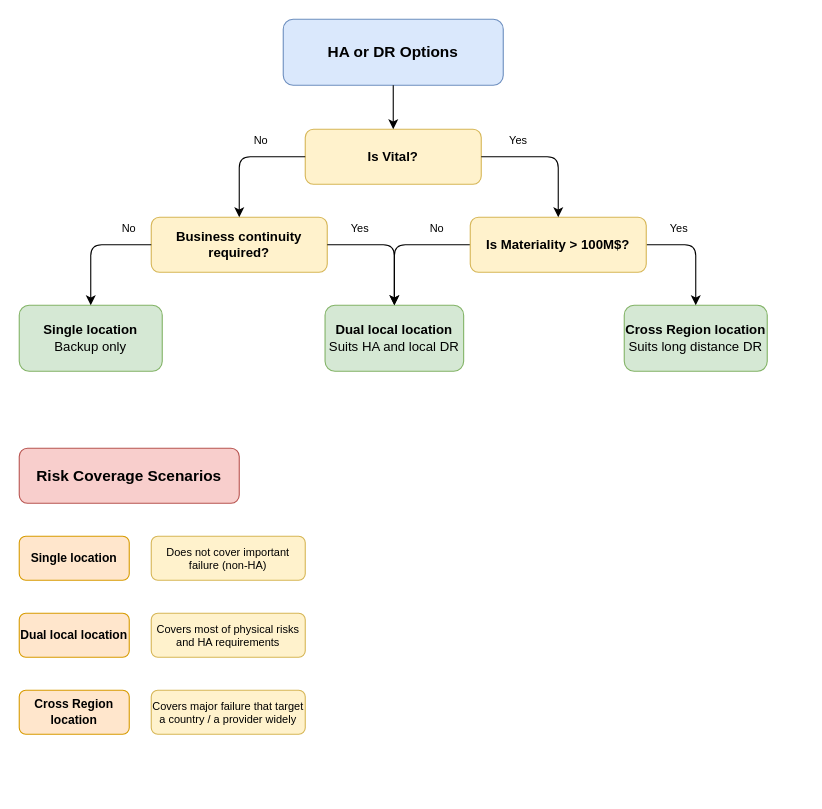
Earlier version of the draw.io diagram page "HA-DR" (2 of 3) of DR-DecisionTree.drawio (anthonygea/mycv). Source tidied: cells renumbered, new cells numbered last; positions are measured from the earlier drawing's top-left corner, leaving out a move shared by most shapes. Both pictures are drawn from the tidied source at 110%, with x=0, y=0 at pixel (19, 19).
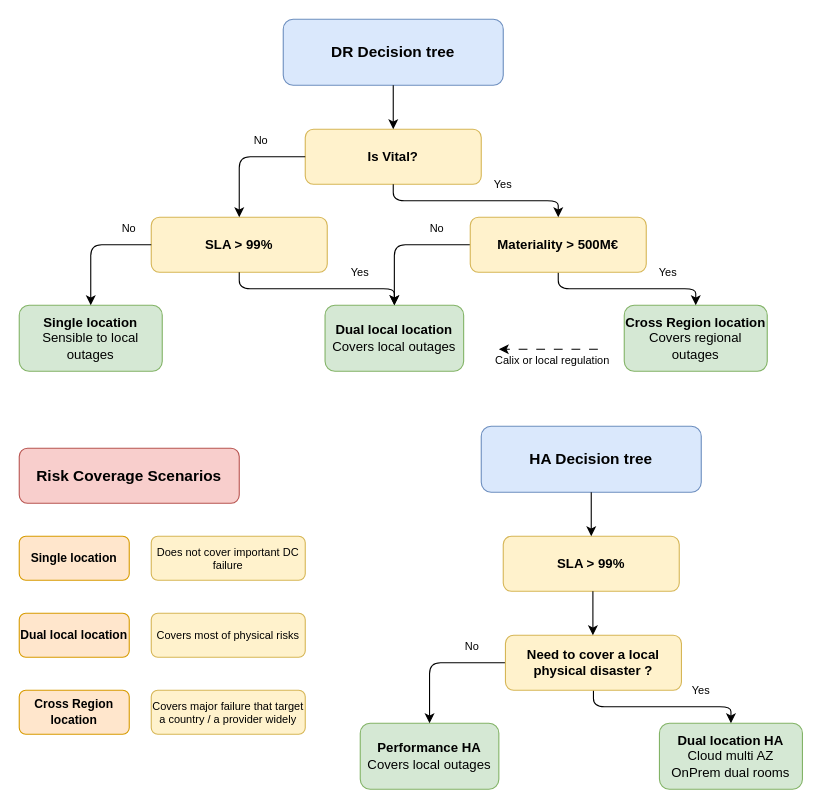
The same page after the edit.

Commit message:
Mettre à jour DR-DecisionTree.drawio

Unchanged cells that the change refers to:
```xml
<mxCell id="3" value="Is Vital?" style="rounded=1;whiteSpace=wrap;html=1;fillColor=#fff2cc;strokeColor=#d6b656;fontSize=12;fontStyle=1;" parent="1" vertex="1">
  <mxGeometry x="260" y="100" width="160" height="50" as="geometry" />
</mxCell>
```

Change to the diagram source:
```diff
@@
-    <mxCell id="2" value="HA or DR Options" style="rounded=1;whiteSpace=wrap;html=1;fillColor=#dae8fc;strokeColor=#6c8ebf;fontSize=14;fontStyle=1;" parent="1" vertex="1">
+    <mxCell id="2" value="DR Decision tree" style="rounded=1;whiteSpace=wrap;html=1;fillColor=#dae8fc;strokeColor=#6c8ebf;fontSize=14;fontStyle=1;" parent="1" vertex="1">
       <mxGeometry x="240" width="200" height="60" as="geometry" />
     </mxCell>
@@
-    <mxCell id="4" value="Business continuity required?" style="rounded=1;whiteSpace=wrap;html=1;fillColor=#fff2cc;strokeColor=#d6b656;fontSize=12;fontStyle=1;" parent="1" vertex="1">
+    <mxCell id="4" value="SLA &amp;gt; 99%" style="rounded=1;whiteSpace=wrap;html=1;fillColor=#fff2cc;strokeColor=#d6b656;fontSize=12;fontStyle=1;" parent="1" vertex="1">
       <mxGeometry x="120" y="180" width="160" height="50" as="geometry" />
     </mxCell>
-    <mxCell id="5" value="Dual local location&lt;div&gt;&lt;span style=&quot;font-weight: normal;&quot;&gt;Suits HA and local DR&lt;/span&gt;&lt;/div&gt;" style="rounded=1;whiteSpace=wrap;html=1;fillColor=#d5e8d4;strokeColor=#82b366;fontSize=12;fontStyle=1;" parent="1" vertex="1">
+    <mxCell id="5" value="Dual local location&lt;div&gt;&lt;span style=&quot;font-weight: normal;&quot;&gt;Covers local outages&lt;/span&gt;&lt;br&gt;&lt;/div&gt;" style="rounded=1;whiteSpace=wrap;html=1;fillColor=#d5e8d4;strokeColor=#82b366;fontSize=12;fontStyle=1;" parent="1" vertex="1">
       <mxGeometry x="278" y="260" width="126" height="60" as="geometry" />
     </mxCell>
-    <mxCell id="6" value="Cross Region location&lt;div&gt;&lt;span style=&quot;font-weight: normal;&quot;&gt;Suits long distance DR&lt;/span&gt;&lt;/div&gt;" style="rounded=1;whiteSpace=wrap;html=1;fillColor=#d5e8d4;strokeColor=#82b366;fontSize=12;fontStyle=1;" parent="1" vertex="1">
+    <mxCell id="6" value="Cross Region location&lt;div&gt;&lt;span style=&quot;font-weight: normal;&quot;&gt;Covers regional outages&lt;/span&gt;&lt;/div&gt;" style="rounded=1;whiteSpace=wrap;html=1;fillColor=#d5e8d4;strokeColor=#82b366;fontSize=12;fontStyle=1;" parent="1" vertex="1">
       <mxGeometry x="550" y="260" width="130" height="60" as="geometry" />
     </mxCell>
@@
-    <mxCell id="10" style="endArrow=classic;html=1;edgeStyle=orthogonalEdgeStyle;entryX=0.5;entryY=0;entryDx=0;entryDy=0;exitX=1;exitY=0.5;exitDx=0;exitDy=0;" parent="1" edge="1" source="17" target="6">
+    <mxCell id="10" style="endArrow=classic;html=1;edgeStyle=orthogonalEdgeStyle;entryX=0.5;entryY=0;entryDx=0;entryDy=0;exitX=0.5;exitY=1;exitDx=0;exitDy=0;" parent="1" edge="1" source="17" target="6">
       <mxGeometry relative="1" as="geometry" />
     </mxCell>
     <mxCell id="11" value="Yes" style="text;html=1;strokeColor=none;fillColor=none;align=center;verticalAlign=middle;whiteSpace=wrap;rounded=0;fontSize=10;" parent="1" vertex="1">
-      <mxGeometry x="404" y="100" width="100" height="20" as="geometry" />
+      <mxGeometry x="390" y="140" width="100" height="20" as="geometry" />
     </mxCell>
@@
     <mxCell id="13" value="Yes" style="text;html=1;strokeColor=none;fillColor=none;align=center;verticalAlign=middle;whiteSpace=wrap;rounded=0;fontSize=10;" parent="1" vertex="1">
-      <mxGeometry x="260" y="180" width="100" height="20" as="geometry" />
+      <mxGeometry x="260" y="220" width="100" height="20" as="geometry" />
     </mxCell>
@@
-    <mxCell id="15" value="Single location&lt;div&gt;&lt;span style=&quot;font-weight: normal;&quot;&gt;Backup only&lt;/span&gt;&lt;/div&gt;" style="rounded=1;whiteSpace=wrap;html=1;fillColor=#d5e8d4;strokeColor=#82b366;fontSize=12;fontStyle=1;" parent="1" vertex="1">
+    <mxCell id="15" value="Single location&lt;div&gt;&lt;span style=&quot;font-weight: 400;&quot;&gt;Sensible to local outages&lt;/span&gt;&lt;/div&gt;" style="rounded=1;whiteSpace=wrap;html=1;fillColor=#d5e8d4;strokeColor=#82b366;fontSize=12;fontStyle=1;" parent="1" vertex="1">
       <mxGeometry y="260" width="130" height="60" as="geometry" />
     </mxCell>
@@
-    <mxCell id="17" value="Is Materiality &amp;gt; 100M$?" style="rounded=1;whiteSpace=wrap;html=1;fillColor=#fff2cc;strokeColor=#d6b656;fontSize=12;fontStyle=1;" parent="1" vertex="1">
+    <mxCell id="17" value="Materiality &amp;gt; 500M€" style="rounded=1;whiteSpace=wrap;html=1;fillColor=#fff2cc;strokeColor=#d6b656;fontSize=12;fontStyle=1;" parent="1" vertex="1">
       <mxGeometry x="410" y="180" width="160" height="50" as="geometry" />
     </mxCell>
-    <mxCell id="18" style="endArrow=classic;html=1;edgeStyle=orthogonalEdgeStyle;exitX=1;exitY=0.5;exitDx=0;exitDy=0;entryX=0.5;entryY=0;entryDx=0;entryDy=0;" parent="1" edge="1" source="4" target="5">
+    <mxCell id="18" style="endArrow=classic;html=1;edgeStyle=orthogonalEdgeStyle;exitX=0.5;exitY=1;exitDx=0;exitDy=0;entryX=0.5;entryY=0;entryDx=0;entryDy=0;" parent="1" edge="1" source="4" target="5">
       <mxGeometry relative="1" as="geometry" />
     </mxCell>
     <mxCell id="19" value="Yes" style="text;html=1;strokeColor=none;fillColor=none;align=center;verticalAlign=middle;whiteSpace=wrap;rounded=0;fontSize=10;" parent="1" vertex="1">
-      <mxGeometry x="550" y="180" width="100" height="20" as="geometry" />
+      <mxGeometry x="540" y="220" width="100" height="20" as="geometry" />
     </mxCell>
-    <mxCell id="20" style="endArrow=classic;html=1;edgeStyle=orthogonalEdgeStyle;entryX=0.5;entryY=0;entryDx=0;entryDy=0;exitX=1;exitY=0.5;exitDx=0;exitDy=0;" parent="1" edge="1" source="3" target="17">
+    <mxCell id="20" style="endArrow=classic;html=1;edgeStyle=orthogonalEdgeStyle;entryX=0.5;entryY=0;entryDx=0;entryDy=0;exitX=0.5;exitY=1;exitDx=0;exitDy=0;" parent="1" edge="1" source="3" target="17">
       <mxGeometry relative="1" as="geometry" />
     </mxCell>
@@
-    <mxCell id="24" value="Does not cover important failure (non-HA)" style="rounded=1;whiteSpace=wrap;html=1;fillColor=#fff2cc;strokeColor=#d6b656;fontSize=10;" parent="1" vertex="1">
+    <mxCell id="24" value="Does not cover important DC failure" style="rounded=1;whiteSpace=wrap;html=1;fillColor=#fff2cc;strokeColor=#d6b656;fontSize=10;" parent="1" vertex="1">
       <mxGeometry x="120" y="470" width="140" height="40" as="geometry" />
     </mxCell>
@@
-    <mxCell id="26" value="Covers most of physical risks and HA requirements" style="rounded=1;whiteSpace=wrap;html=1;fillColor=#fff2cc;strokeColor=#d6b656;fontSize=10;" parent="1" vertex="1">
+    <mxCell id="26" value="Covers most of physical risks" style="rounded=1;whiteSpace=wrap;html=1;fillColor=#fff2cc;strokeColor=#d6b656;fontSize=10;" parent="1" vertex="1">
       <mxGeometry x="120" y="540" width="140" height="40" as="geometry" />
     </mxCell>
@@
+    <mxCell id="29" value="HA Decision tree" style="rounded=1;whiteSpace=wrap;html=1;fillColor=#dae8fc;strokeColor=#6c8ebf;fontSize=14;fontStyle=1;" parent="1" vertex="1">
+      <mxGeometry x="420" y="370" width="200" height="60" as="geometry" />
+    </mxCell>
+    <mxCell id="30" value="SLA &amp;gt; 99%" style="rounded=1;whiteSpace=wrap;html=1;fillColor=#fff2cc;strokeColor=#d6b656;fontSize=12;fontStyle=1;" parent="1" vertex="1">
+      <mxGeometry x="440" y="470" width="160" height="50" as="geometry" />
+    </mxCell>
+    <mxCell id="31" style="endArrow=classic;html=1;edgeStyle=orthogonalEdgeStyle;" parent="1" edge="1" source="29" target="30">
+      <mxGeometry relative="1" as="geometry" />
+    </mxCell>
+    <mxCell id="32" value="&lt;div&gt;Performance HA&lt;/div&gt;&lt;div&gt;&lt;span style=&quot;font-weight: normal;&quot;&gt;Covers local outages&lt;/span&gt;&lt;br&gt;&lt;/div&gt;" style="rounded=1;whiteSpace=wrap;html=1;fillColor=#d5e8d4;strokeColor=#82b366;fontSize=12;fontStyle=1;" parent="1" vertex="1">
+      <mxGeometry x="310" y="640" width="126" height="60" as="geometry" />
+    </mxCell>
+    <mxCell id="33" value="&lt;div&gt;Dual location HA&lt;/div&gt;&lt;div&gt;&lt;span style=&quot;font-weight: normal;&quot;&gt;Cloud multi AZ&lt;/span&gt;&lt;/div&gt;&lt;div&gt;&lt;span style=&quot;font-weight: normal;&quot;&gt;OnPrem dual rooms&lt;/span&gt;&lt;/div&gt;" style="rounded=1;whiteSpace=wrap;html=1;fillColor=#d5e8d4;strokeColor=#82b366;fontSize=12;fontStyle=1;" parent="1" vertex="1">
+      <mxGeometry x="582" y="640" width="130" height="60" as="geometry" />
+    </mxCell>
+    <mxCell id="34" style="endArrow=classic;html=1;edgeStyle=orthogonalEdgeStyle;entryX=0.5;entryY=0;entryDx=0;entryDy=0;exitX=0;exitY=0.5;exitDx=0;exitDy=0;" parent="1" edge="1" source="36" target="32">
+      <mxGeometry relative="1" as="geometry" />
+    </mxCell>
+    <mxCell id="35" style="endArrow=classic;html=1;edgeStyle=orthogonalEdgeStyle;entryX=0.5;entryY=0;entryDx=0;entryDy=0;exitX=0.5;exitY=1;exitDx=0;exitDy=0;" parent="1" edge="1" source="36" target="33">
+      <mxGeometry relative="1" as="geometry" />
+    </mxCell>
+    <mxCell id="36" value="Need to cover a local physical disaster ?" style="rounded=1;whiteSpace=wrap;html=1;fillColor=#fff2cc;strokeColor=#d6b656;fontSize=12;fontStyle=1;" parent="1" vertex="1">
+      <mxGeometry x="442" y="560" width="160" height="50" as="geometry" />
+    </mxCell>
+    <mxCell id="37" value="Yes" style="text;html=1;strokeColor=none;fillColor=none;align=center;verticalAlign=middle;whiteSpace=wrap;rounded=0;fontSize=10;" parent="1" vertex="1">
+      <mxGeometry x="570" y="600" width="100" height="20" as="geometry" />
+    </mxCell>
+    <mxCell id="38" value="No" style="text;html=1;strokeColor=none;fillColor=none;align=center;verticalAlign=middle;whiteSpace=wrap;rounded=0;fontSize=10;" parent="1" vertex="1">
+      <mxGeometry x="362" y="560" width="100" height="20" as="geometry" />
+    </mxCell>
+    <mxCell id="39" style="endArrow=classic;html=1;edgeStyle=orthogonalEdgeStyle;" parent="1" edge="1">
+      <mxGeometry relative="1" as="geometry">
+        <mxPoint x="521.5" y="520" as="sourcePoint" />
+        <mxPoint x="521.5" y="560" as="targetPoint" />
+      </mxGeometry>
+    </mxCell>
+    <mxCell id="40" value="Calix or local regulation" style="text;html=1;strokeColor=none;fillColor=none;align=center;verticalAlign=middle;whiteSpace=wrap;rounded=0;fontSize=10;" parent="1" vertex="1">
+      <mxGeometry x="420" y="300" width="130" height="20" as="geometry" />
+    </mxCell>
+    <mxCell id="41" style="endArrow=classic;html=1;edgeStyle=orthogonalEdgeStyle;dashed=1;dashPattern=8 8;" parent="1" edge="1">
+      <mxGeometry relative="1" as="geometry">
+        <mxPoint x="526" y="300" as="sourcePoint" />
+        <mxPoint x="436" y="300" as="targetPoint" />
+      </mxGeometry>
+    </mxCell>
```
